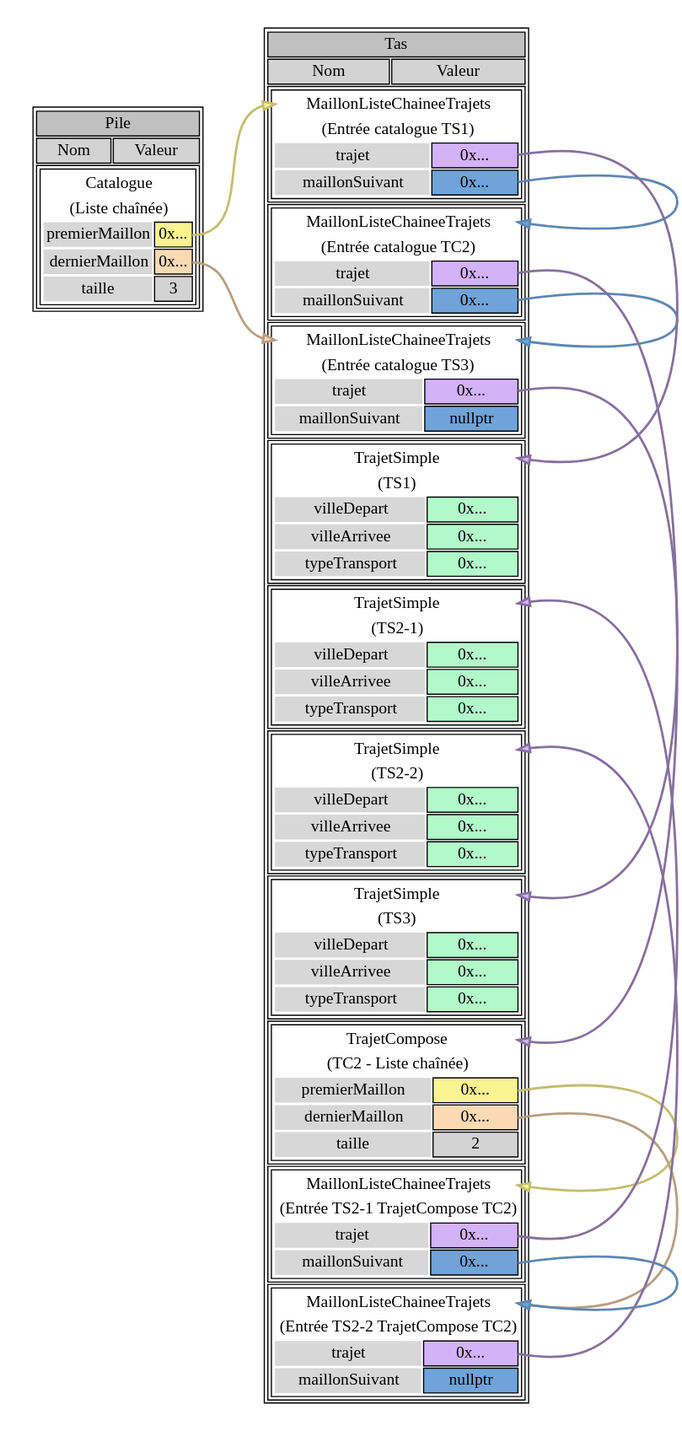
Earlier version of the PlantUML export doc/memory-diagram.svg (LogarithmeNeper/CPP_TP2). Its source is kept beside it as doc/memory-diagram.pu.
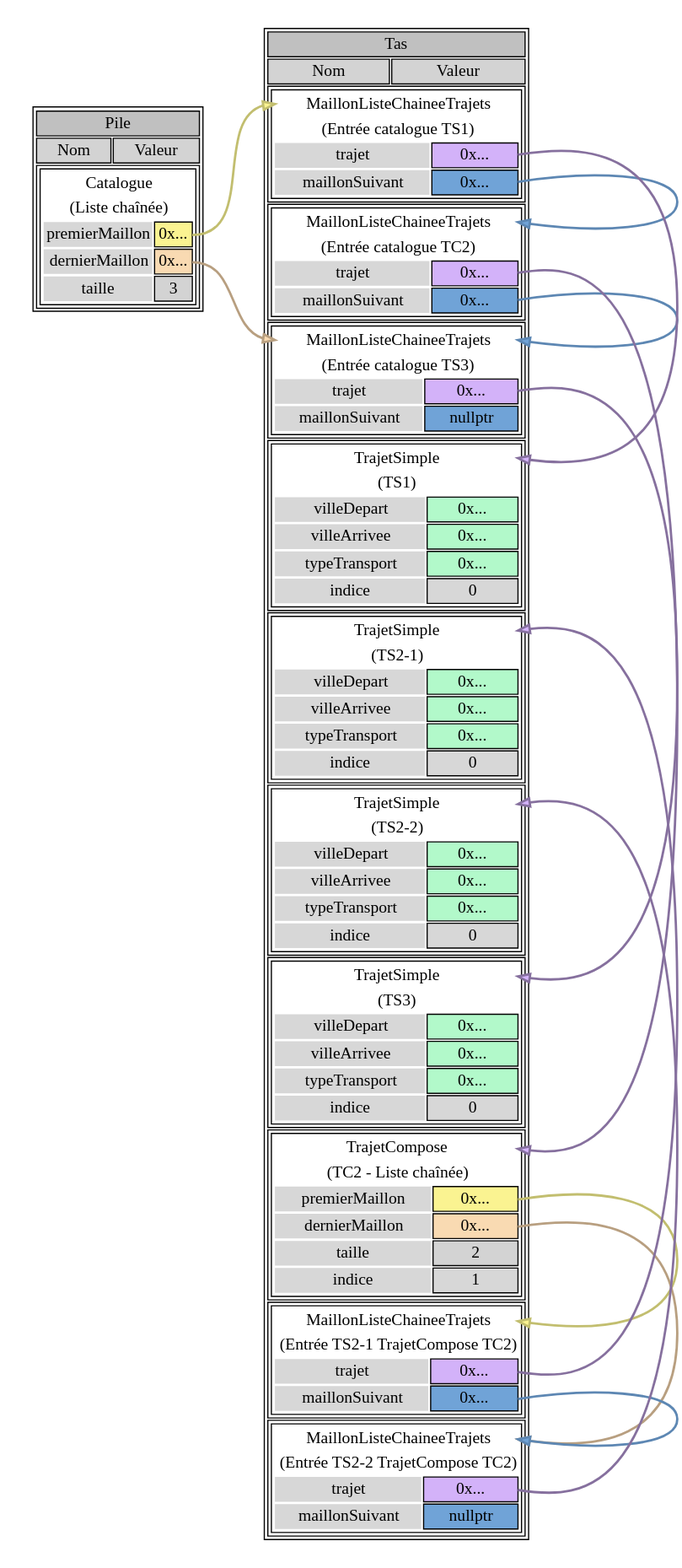
After the commit.

Diff of the diagram source:
```diff
@@ -155,6 +155,11 @@
     <td bgcolor="#b2f9ca" port="ts1typetransp" border="1">0x...</td>
     </tr>
 
+    <tr>
+    <td bgcolor="#d7d7d7" border="0">indice</td>
+    <td bgcolor="#d7d7d7" border="1">0</td>
+    </tr>
+
     </table>
     </td>
     </tr>
@@ -182,6 +187,11 @@
     <tr>
     <td bgcolor="#d7d7d7" border="0">typeTransport</td>
     <td bgcolor="#b2f9ca" port="ts2_1typetransp" border="1">0x...</td>
+    </tr>
+
+    <tr>
+    <td bgcolor="#d7d7d7" border="0">indice</td>
+    <td bgcolor="#d7d7d7" border="1">0</td>
     </tr>
 
     </table>
@@ -213,6 +223,11 @@
     <td bgcolor="#b2f9ca" port="ts2_2typetransp" border="1">0x...</td>
     </tr>
 
+    <tr>
+    <td bgcolor="#d7d7d7" border="0">indice</td>
+    <td bgcolor="#d7d7d7" border="1">0</td>
+    </tr>
+
     </table>
     </td>
     </tr>
@@ -242,6 +257,11 @@
     <td bgcolor="#b2f9ca" port="ts3typetransp" border="1">0x...</td>
     </tr>
 
+    <tr>
+    <td bgcolor="#d7d7d7" border="0">indice</td>
+    <td bgcolor="#d7d7d7" border="1">0</td>
+    </tr>
+
     </table>
     </td>
     </tr>
@@ -269,6 +289,11 @@
     <tr>
     <td bgcolor="#d7d7d7" border="0">taille</td>
     <td bgcolor="lightgray" border="1" port="cdm">2</td>
+    </tr>
+
+    <tr>
+    <td bgcolor="#d7d7d7" border="0">indice</td>
+    <td bgcolor="#d7d7d7" border="1">1</td>
     </tr>
 
     </table>
```
